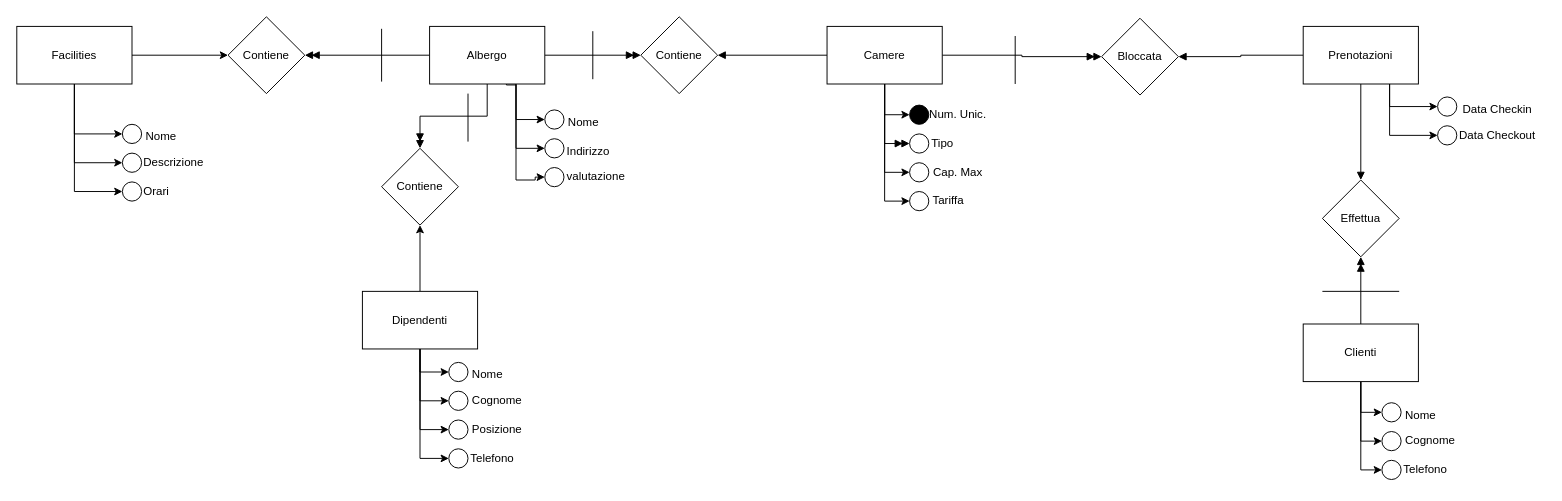
Before: Task_Albergo.drawio in CEPPABLU/Esercizi_I-M, a draw.io diagram. Source tidied: cells renumbered, new cells numbered last; positions are measured from the earlier drawing's top-left corner, leaving out a move shared by most shapes. Both pictures are drawn from the tidied source at 96%, with x=0, y=0 at pixel (16, 16).
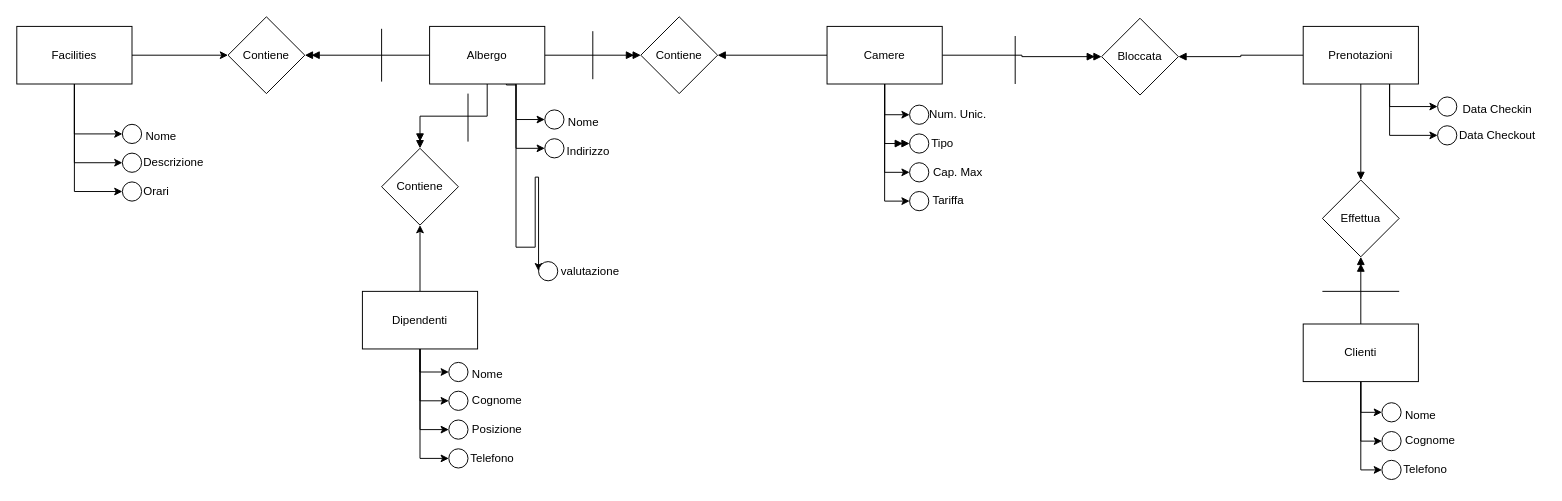
The same diagram, later.

Change to the diagram source:
```diff
@@
     <mxCell id="7" style="edgeStyle=orthogonalEdgeStyle;rounded=0;jettySize=auto;html=1;entryX=0;entryY=0.5;entryDx=0;entryDy=0;" parent="1" edge="1" target="42">
       <mxGeometry relative="1" as="geometry">
         <mxPoint x="510" y="70" as="sourcePoint" />
         <Array as="points">
           <mxPoint x="520" y="71" />
-          <mxPoint x="520" y="170" />
-          <mxPoint x="540" y="170" />
+          <mxPoint x="520" y="240" />
+          <mxPoint x="540" y="240" />
           <mxPoint x="540" y="167" />
+          <mxPoint x="544" y="167" />
         </Array>
       </mxGeometry>
     </mxCell>
@@
     <mxCell id="42" style="ellipse;whiteSpace=wrap;html=1;" parent="1" vertex="1">
-      <mxGeometry x="550" y="157" width="20" height="20" as="geometry" />
+      <mxGeometry x="543.5" y="255" width="20" height="20" as="geometry" />
     </mxCell>
     <mxCell id="43" value="valutazione" style="text;html=1;align=center;verticalAlign=middle;strokeColor=none;fillColor=none;" parent="1" vertex="1">
-      <mxGeometry x="563" y="152" width="80" height="30" as="geometry" />
+      <mxGeometry x="556.5" y="250" width="80" height="30" as="geometry" />
     </mxCell>
@@
-    <mxCell id="46" style="ellipse;whiteSpace=wrap;html=1;fillColor=#000000;" parent="1" vertex="1">
+    <mxCell id="46" style="ellipse;whiteSpace=wrap;html=1;fillColor=#FFFFFF;" parent="1" vertex="1">
       <mxGeometry x="930" y="92" width="20" height="20" as="geometry" />
     </mxCell>
```
